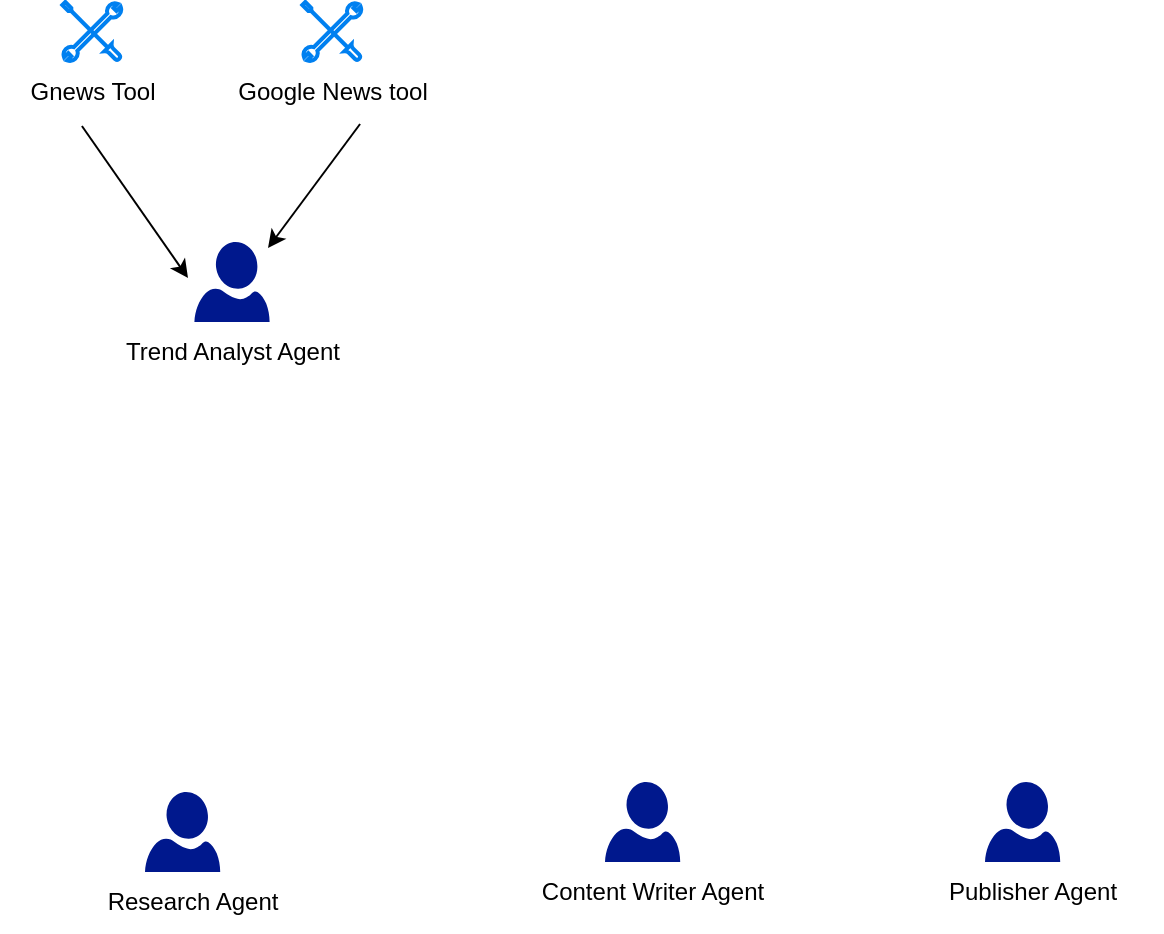
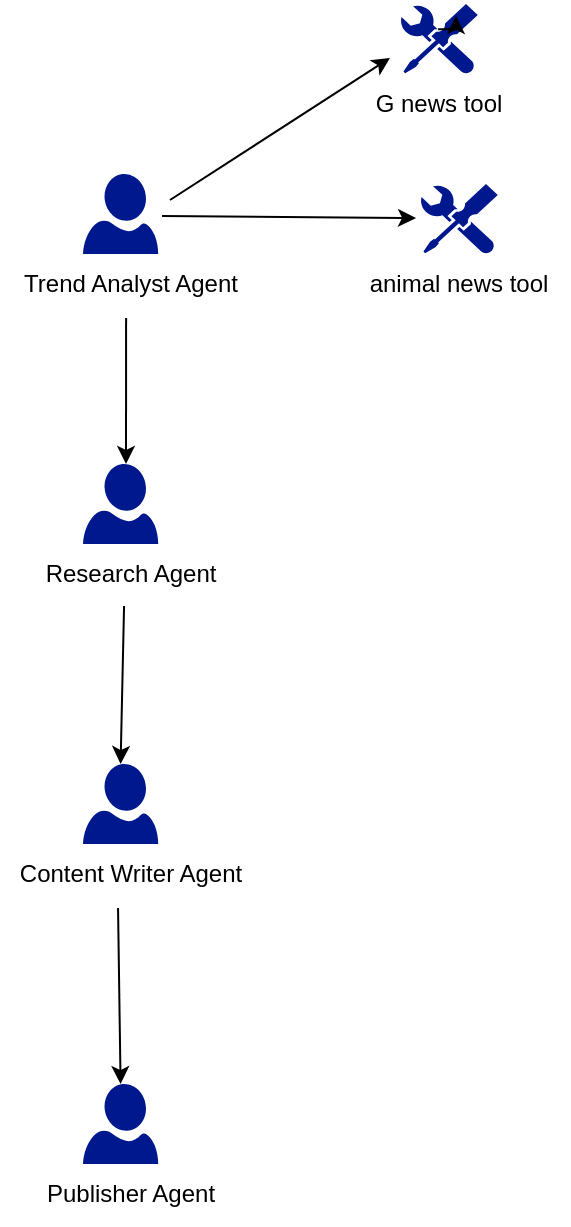
- <mxfile host="Electron" modified="2026-06-02T13:31:43.337Z" agent="Mozilla/5.0 (Windows NT 10.0; Win64; x64) AppleWebKit/537.36 (KHTML, like Gecko) draw.io/24.6.1 Chrome/124.0.6367.207 Electron/30.0.6 Safari/537.36" etag="JoUZ3GRDLpp_SxgXRQBp" version="24.6.1" type="device">
+ <mxfile host="Electron" modified="2026-06-14T04:54:25.095Z" agent="Mozilla/5.0 (Windows NT 10.0; Win64; x64) AppleWebKit/537.36 (KHTML, like Gecko) draw.io/24.6.1 Chrome/124.0.6367.207 Electron/30.0.6 Safari/537.36" etag="lsIGXPsN6fiNKRcoBhXT" version="24.6.1" type="device">
  <diagram name="Page-1" id="LNmN7VCRDfLvI4o1ZVcc">
    <mxGraphModel dx="963" dy="626" grid="1" gridSize="10" guides="1" tooltips="1" connect="1" arrows="1" fold="1" page="1" pageScale="1" pageWidth="850" pageHeight="1100" math="0" shadow="0">
      <root>
        <mxCell id="0" />
        <mxCell id="1" parent="0" />
        <mxCell id="o0MHIYlyZVm12CJtSH9o-3" value="" style="group" parent="1" vertex="1" connectable="0">
-           <mxGeometry x="80" y="230" width="130" height="80" as="geometry" />
+           <mxGeometry x="100" y="155" width="130" height="80" as="geometry" />
        </mxCell>
        <mxCell id="o0MHIYlyZVm12CJtSH9o-1" value="" style="sketch=0;aspect=fixed;pointerEvents=1;shadow=0;dashed=0;html=1;strokeColor=none;labelPosition=center;verticalLabelPosition=bottom;verticalAlign=top;align=center;fillColor=#00188D;shape=mxgraph.azure.user" parent="o0MHIYlyZVm12CJtSH9o-3" vertex="1">
-           <mxGeometry x="46.2" y="10" width="37.6" height="40" as="geometry" />
+           <mxGeometry x="41.5" y="10" width="37.6" height="40" as="geometry" />
        </mxCell>
        <mxCell id="o0MHIYlyZVm12CJtSH9o-2" value="Trend Analyst Agent" style="text;html=1;align=center;verticalAlign=middle;resizable=0;points=[];autosize=1;strokeColor=none;fillColor=none;" parent="o0MHIYlyZVm12CJtSH9o-3" vertex="1">
          <mxGeometry y="50" width="130" height="30" as="geometry" />
        </mxCell>
        <mxCell id="o0MHIYlyZVm12CJtSH9o-4" value="" style="group" parent="1" vertex="1" connectable="0">
-           <mxGeometry x="480" y="500" width="130" height="80" as="geometry" />
+           <mxGeometry x="100" y="610" width="130" height="80" as="geometry" />
        </mxCell>
        <mxCell id="o0MHIYlyZVm12CJtSH9o-5" value="" style="sketch=0;aspect=fixed;pointerEvents=1;shadow=0;dashed=0;html=1;strokeColor=none;labelPosition=center;verticalLabelPosition=bottom;verticalAlign=top;align=center;fillColor=#00188D;shape=mxgraph.azure.user" parent="o0MHIYlyZVm12CJtSH9o-4" vertex="1">
          <mxGeometry x="41.5" y="10" width="37.6" height="40" as="geometry" />
        </mxCell>
        <mxCell id="o0MHIYlyZVm12CJtSH9o-6" value="Publisher Agent" style="text;html=1;align=center;verticalAlign=middle;resizable=0;points=[];autosize=1;strokeColor=none;fillColor=none;" parent="o0MHIYlyZVm12CJtSH9o-4" vertex="1">
          <mxGeometry x="10" y="50" width="110" height="30" as="geometry" />
        </mxCell>
        <mxCell id="o0MHIYlyZVm12CJtSH9o-7" value="" style="group" parent="1" vertex="1" connectable="0">
-           <mxGeometry x="60" y="500" width="130" height="80" as="geometry" />
+           <mxGeometry x="100" y="300" width="130" height="80" as="geometry" />
        </mxCell>
        <mxCell id="o0MHIYlyZVm12CJtSH9o-8" value="" style="sketch=0;aspect=fixed;pointerEvents=1;shadow=0;dashed=0;html=1;strokeColor=none;labelPosition=center;verticalLabelPosition=bottom;verticalAlign=top;align=center;fillColor=#00188D;shape=mxgraph.azure.user" parent="o0MHIYlyZVm12CJtSH9o-7" vertex="1">
-           <mxGeometry x="41.5" y="15" width="37.6" height="40" as="geometry" />
+           <mxGeometry x="41.5" y="10" width="37.6" height="40" as="geometry" />
        </mxCell>
        <mxCell id="o0MHIYlyZVm12CJtSH9o-9" value="Research Agent" style="text;html=1;align=center;verticalAlign=middle;resizable=0;points=[];autosize=1;strokeColor=none;fillColor=none;" parent="o0MHIYlyZVm12CJtSH9o-7" vertex="1">
-           <mxGeometry x="10" y="55" width="110" height="30" as="geometry" />
+           <mxGeometry x="10" y="50" width="110" height="30" as="geometry" />
        </mxCell>
        <mxCell id="o0MHIYlyZVm12CJtSH9o-11" value="" style="group" parent="1" vertex="1" connectable="0">
-           <mxGeometry x="290" y="500" width="130" height="80" as="geometry" />
+           <mxGeometry x="100" y="450" width="130" height="80" as="geometry" />
        </mxCell>
        <mxCell id="o0MHIYlyZVm12CJtSH9o-12" value="" style="sketch=0;aspect=fixed;pointerEvents=1;shadow=0;dashed=0;html=1;strokeColor=none;labelPosition=center;verticalLabelPosition=bottom;verticalAlign=top;align=center;fillColor=#00188D;shape=mxgraph.azure.user" parent="o0MHIYlyZVm12CJtSH9o-11" vertex="1">
          <mxGeometry x="41.5" y="10" width="37.6" height="40" as="geometry" />
        </mxCell>
        <mxCell id="o0MHIYlyZVm12CJtSH9o-13" value="Content Writer Agent" style="text;html=1;align=center;verticalAlign=middle;resizable=0;points=[];autosize=1;strokeColor=none;fillColor=none;" parent="o0MHIYlyZVm12CJtSH9o-11" vertex="1">
          <mxGeometry y="50" width="130" height="30" as="geometry" />
        </mxCell>
-         <mxCell id="-Jlkb6M4atfZHXnwKHYQ-3" value="" style="group" vertex="1" connectable="0" parent="1">
-           <mxGeometry x="150" y="120" width="105" height="59.69999999999999" as="geometry" />
+         <mxCell id="Om9wUv0xH1d8jQdJD6nj-5" value="" style="group" vertex="1" connectable="0" parent="1">
+           <mxGeometry x="274.44" y="80" width="90" height="65" as="geometry" />
        </mxCell>
-         <mxCell id="-Jlkb6M4atfZHXnwKHYQ-1" value="" style="html=1;verticalLabelPosition=bottom;align=center;labelBackgroundColor=#ffffff;verticalAlign=top;strokeWidth=2;strokeColor=#0080F0;shadow=0;dashed=0;shape=mxgraph.ios7.icons.tools;pointerEvents=1" vertex="1" parent="-Jlkb6M4atfZHXnwKHYQ-3">
-           <mxGeometry x="30.150000000000006" width="29.7" height="29.7" as="geometry" />
+         <mxCell id="Om9wUv0xH1d8jQdJD6nj-3" value="" style="sketch=0;aspect=fixed;pointerEvents=1;shadow=0;dashed=0;html=1;strokeColor=none;labelPosition=center;verticalLabelPosition=bottom;verticalAlign=top;align=center;fillColor=#00188D;shape=mxgraph.mscae.enterprise.tool;" vertex="1" parent="Om9wUv0xH1d8jQdJD6nj-5">
+           <mxGeometry x="25.560000000000002" width="38.89" height="35" as="geometry" />
        </mxCell>
-         <mxCell id="-Jlkb6M4atfZHXnwKHYQ-2" value="Google News tool" style="text;html=1;align=center;verticalAlign=middle;resizable=0;points=[];autosize=1;strokeColor=none;fillColor=none;" vertex="1" parent="-Jlkb6M4atfZHXnwKHYQ-3">
-           <mxGeometry x="-15" y="29.69999999999999" width="120" height="30" as="geometry" />
+         <mxCell id="Om9wUv0xH1d8jQdJD6nj-4" value="G news tool" style="text;html=1;align=center;verticalAlign=middle;resizable=0;points=[];autosize=1;strokeColor=none;fillColor=none;" vertex="1" parent="Om9wUv0xH1d8jQdJD6nj-5">
+           <mxGeometry y="35" width="90" height="30" as="geometry" />
        </mxCell>
-         <mxCell id="-Jlkb6M4atfZHXnwKHYQ-4" value="" style="group" vertex="1" connectable="0" parent="1">
-           <mxGeometry x="29.999999999999993" y="120" width="90" height="59.69999999999999" as="geometry" />
+         <mxCell id="Om9wUv0xH1d8jQdJD6nj-11" style="edgeStyle=orthogonalEdgeStyle;rounded=0;orthogonalLoop=1;jettySize=auto;html=1;exitX=0.49;exitY=0.36;exitDx=0;exitDy=0;exitPerimeter=0;entryX=0.72;entryY=0.171;entryDx=0;entryDy=0;entryPerimeter=0;" edge="1" parent="Om9wUv0xH1d8jQdJD6nj-5" source="Om9wUv0xH1d8jQdJD6nj-3" target="Om9wUv0xH1d8jQdJD6nj-3">
+           <mxGeometry relative="1" as="geometry" />
        </mxCell>
-         <mxCell id="-Jlkb6M4atfZHXnwKHYQ-5" value="" style="html=1;verticalLabelPosition=bottom;align=center;labelBackgroundColor=#ffffff;verticalAlign=top;strokeWidth=2;strokeColor=#0080F0;shadow=0;dashed=0;shape=mxgraph.ios7.icons.tools;pointerEvents=1" vertex="1" parent="-Jlkb6M4atfZHXnwKHYQ-4">
-           <mxGeometry x="30.150000000000006" width="29.7" height="29.7" as="geometry" />
+         <mxCell id="Om9wUv0xH1d8jQdJD6nj-6" value="" style="group" vertex="1" connectable="0" parent="1">
+           <mxGeometry x="284.44" y="170" width="100" height="65" as="geometry" />
        </mxCell>
-         <mxCell id="-Jlkb6M4atfZHXnwKHYQ-6" value="Gnews Tool" style="text;html=1;align=center;verticalAlign=middle;resizable=0;points=[];autosize=1;strokeColor=none;fillColor=none;" vertex="1" parent="-Jlkb6M4atfZHXnwKHYQ-4">
-           <mxGeometry y="29.69999999999999" width="90" height="30" as="geometry" />
+         <mxCell id="Om9wUv0xH1d8jQdJD6nj-7" value="" style="sketch=0;aspect=fixed;pointerEvents=1;shadow=0;dashed=0;html=1;strokeColor=none;labelPosition=center;verticalLabelPosition=bottom;verticalAlign=top;align=center;fillColor=#00188D;shape=mxgraph.mscae.enterprise.tool;" vertex="1" parent="Om9wUv0xH1d8jQdJD6nj-6">
+           <mxGeometry x="25.560000000000002" width="38.89" height="35" as="geometry" />
        </mxCell>
-         <mxCell id="-Jlkb6M4atfZHXnwKHYQ-9" value="" style="endArrow=classic;html=1;rounded=0;exitX=0.444;exitY=1.077;exitDx=0;exitDy=0;exitPerimeter=0;entryX=-0.085;entryY=0.45;entryDx=0;entryDy=0;entryPerimeter=0;" edge="1" parent="1" source="-Jlkb6M4atfZHXnwKHYQ-6" target="o0MHIYlyZVm12CJtSH9o-1">
+         <mxCell id="Om9wUv0xH1d8jQdJD6nj-8" value="animal news tool" style="text;html=1;align=center;verticalAlign=middle;resizable=0;points=[];autosize=1;strokeColor=none;fillColor=none;" vertex="1" parent="Om9wUv0xH1d8jQdJD6nj-6">
+           <mxGeometry x="-10" y="35" width="110" height="30" as="geometry" />
+         </mxCell>
+         <mxCell id="Om9wUv0xH1d8jQdJD6nj-9" value="" style="endArrow=classic;html=1;rounded=0;exitX=1.157;exitY=0.325;exitDx=0;exitDy=0;exitPerimeter=0;entryX=-0.129;entryY=0.771;entryDx=0;entryDy=0;entryPerimeter=0;" edge="1" parent="1" source="o0MHIYlyZVm12CJtSH9o-1" target="Om9wUv0xH1d8jQdJD6nj-3">
          <mxGeometry width="50" height="50" relative="1" as="geometry">
-             <mxPoint x="510" y="280" as="sourcePoint" />
+             <mxPoint x="400" y="350" as="sourcePoint" />
            <mxPoint x="450" y="300" as="targetPoint" />
          </mxGeometry>
        </mxCell>
-         <mxCell id="-Jlkb6M4atfZHXnwKHYQ-10" value="" style="endArrow=classic;html=1;rounded=0;exitX=0.617;exitY=1.043;exitDx=0;exitDy=0;exitPerimeter=0;entryX=0.979;entryY=0.075;entryDx=0;entryDy=0;entryPerimeter=0;" edge="1" parent="1" source="-Jlkb6M4atfZHXnwKHYQ-2" target="o0MHIYlyZVm12CJtSH9o-1">
+         <mxCell id="Om9wUv0xH1d8jQdJD6nj-10" value="" style="endArrow=classic;html=1;rounded=0;exitX=1.051;exitY=0.525;exitDx=0;exitDy=0;exitPerimeter=0;entryX=-0.051;entryY=0.486;entryDx=0;entryDy=0;entryPerimeter=0;" edge="1" parent="1" source="o0MHIYlyZVm12CJtSH9o-1" target="Om9wUv0xH1d8jQdJD6nj-7">
          <mxGeometry width="50" height="50" relative="1" as="geometry">
-             <mxPoint x="80" y="192" as="sourcePoint" />
-             <mxPoint x="143" y="258" as="targetPoint" />
+             <mxPoint x="195" y="188" as="sourcePoint" />
+             <mxPoint x="305" y="127" as="targetPoint" />
+           </mxGeometry>
+         </mxCell>
+         <mxCell id="Om9wUv0xH1d8jQdJD6nj-14" value="" style="endArrow=classic;html=1;rounded=0;exitX=0.485;exitY=1.067;exitDx=0;exitDy=0;exitPerimeter=0;" edge="1" parent="1" source="o0MHIYlyZVm12CJtSH9o-2">
+           <mxGeometry width="50" height="50" relative="1" as="geometry">
+             <mxPoint x="400" y="250" as="sourcePoint" />
+             <mxPoint x="163" y="310" as="targetPoint" />
+           </mxGeometry>
+         </mxCell>
+         <mxCell id="Om9wUv0xH1d8jQdJD6nj-15" value="" style="endArrow=classic;html=1;rounded=0;exitX=0.473;exitY=1.033;exitDx=0;exitDy=0;exitPerimeter=0;entryX=0.5;entryY=0;entryDx=0;entryDy=0;entryPerimeter=0;" edge="1" parent="1" source="o0MHIYlyZVm12CJtSH9o-9" target="o0MHIYlyZVm12CJtSH9o-12">
+           <mxGeometry width="50" height="50" relative="1" as="geometry">
+             <mxPoint x="173" y="247" as="sourcePoint" />
+             <mxPoint x="173" y="320" as="targetPoint" />
+           </mxGeometry>
+         </mxCell>
+         <mxCell id="Om9wUv0xH1d8jQdJD6nj-16" value="" style="endArrow=classic;html=1;rounded=0;exitX=0.454;exitY=1.067;exitDx=0;exitDy=0;exitPerimeter=0;entryX=0.5;entryY=0;entryDx=0;entryDy=0;entryPerimeter=0;" edge="1" parent="1" source="o0MHIYlyZVm12CJtSH9o-13" target="o0MHIYlyZVm12CJtSH9o-5">
+           <mxGeometry width="50" height="50" relative="1" as="geometry">
+             <mxPoint x="183" y="257" as="sourcePoint" />
+             <mxPoint x="183" y="330" as="targetPoint" />
          </mxGeometry>
        </mxCell>
      </root>
    </mxGraphModel>
  </diagram>
</mxfile>
